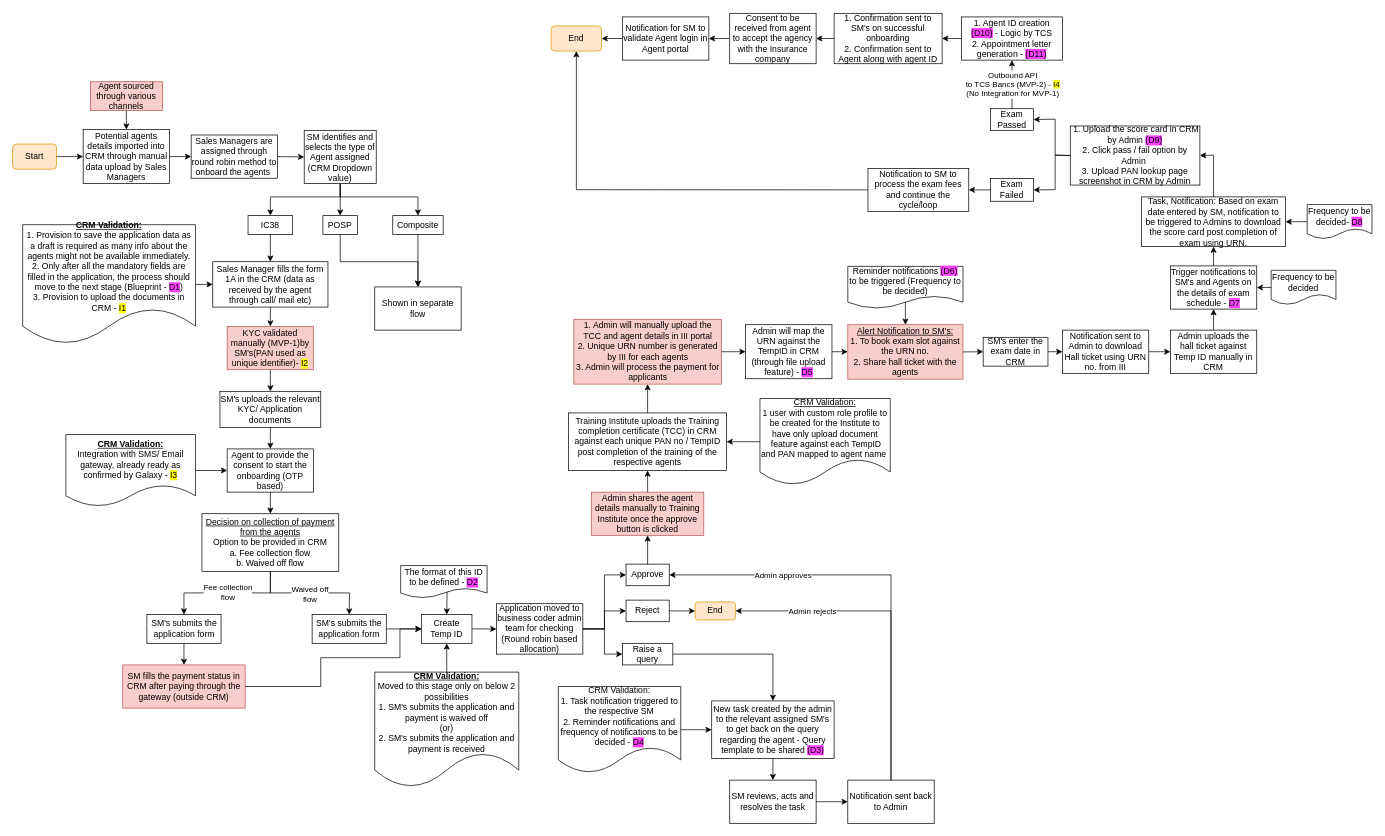
Before: Agent Onboarding IC38.drawio in shaileshsreedar/Galaxy, a draw.io diagram. Source tidied: cells renumbered, new cells numbered last; positions are measured from the earlier drawing's top-left corner, leaving out a move shared by most shapes. Both pictures are drawn from the tidied source at 72%, with x=0, y=0 at pixel (12, 13).
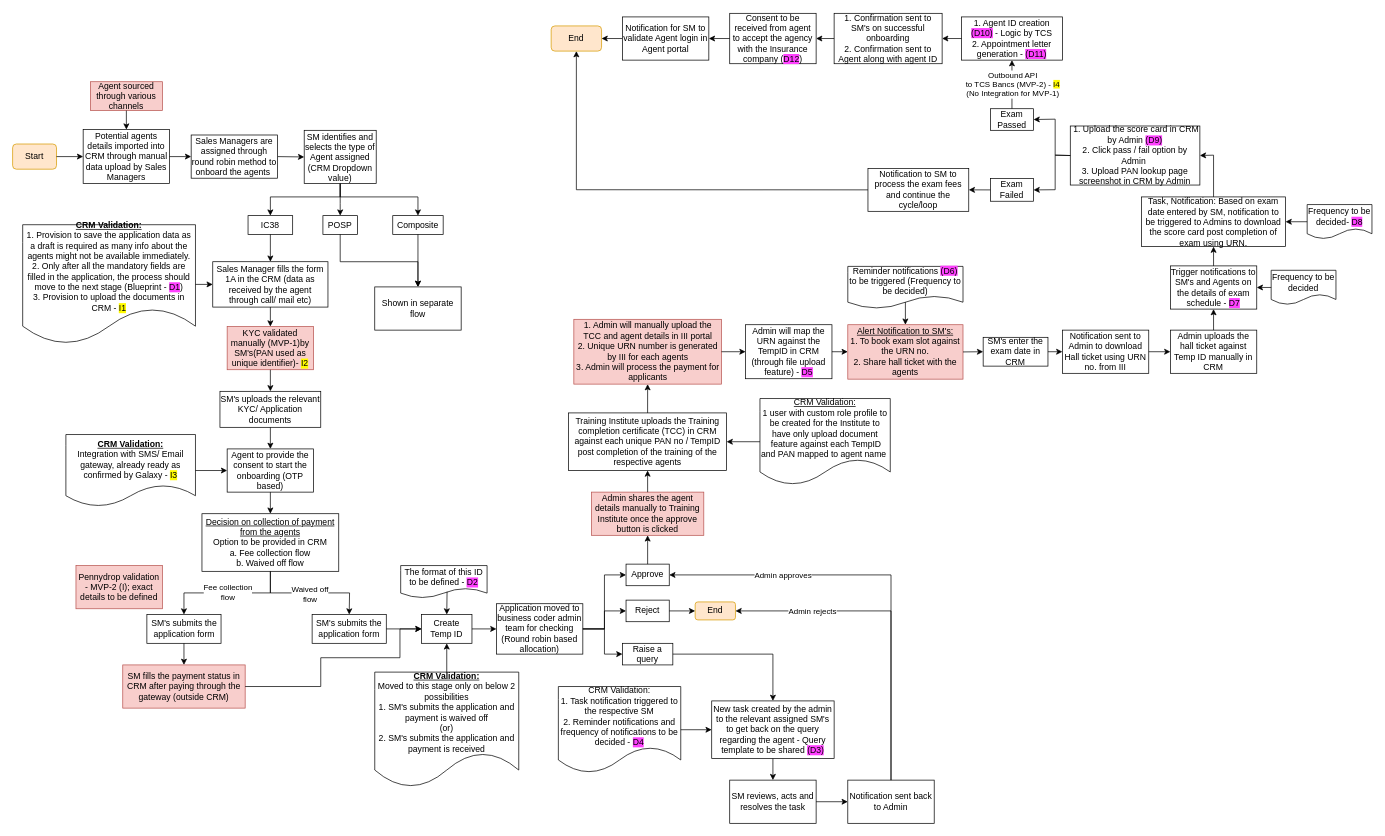
Above is the later version.

What changed in the source:
```diff
@@
-    <mxCell id="117" value="Consent to be received from agent to accept the agency with the Insurance company" style="rounded=0;whiteSpace=wrap;html=1;" parent="1" vertex="1">
+    <mxCell id="117" value="Consent to be received from agent to accept the agency with the Insurance company (&lt;span style=&quot;background-color: rgb(255, 64, 255);&quot;&gt;D12&lt;/span&gt;)" style="rounded=0;whiteSpace=wrap;html=1;" parent="1" vertex="1">
       <mxGeometry x="996" width="120" height="70" as="geometry" />
     </mxCell>
@@
+    <mxCell id="119" value="Pennydrop validation - MVP-2 (I); exact details to be defined" style="rounded=0;whiteSpace=wrap;html=1;fillColor=#f8cecc;strokeColor=#b85450;" parent="1" vertex="1">
+      <mxGeometry x="88" y="767" width="120" height="60" as="geometry" />
+    </mxCell>
```
